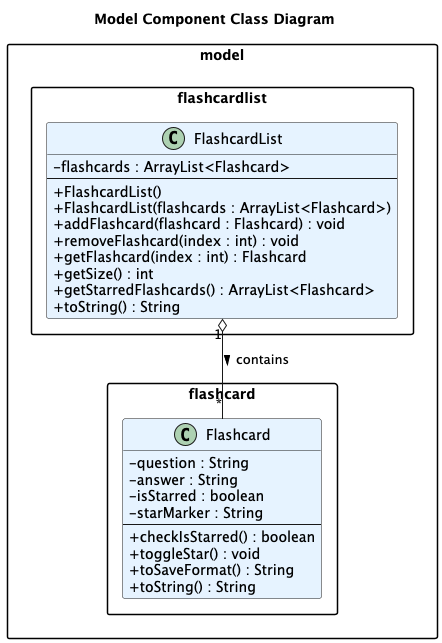
Before: docs/images/ModelComponent_ClassDiagram.png, a diagram exported from PlantUML (ashutoshalung/tp).
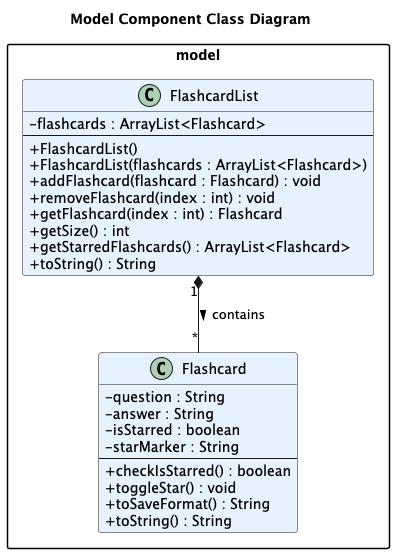
The same diagram one commit later.

The edit, as a diff of the source:
```diff
@@ -5,8 +5,9 @@
 skinparam classAttributeIconSize 0
 skinparam classBackgroundColor #E6F3FF
 skinparam packageStyle rectangle
+skinparam shadowing false
 
-package "model.flashcard" {
+package "model" {
     class Flashcard {
         - question : String
         - answer : String
@@ -18,9 +19,7 @@
         + toSaveFormat() : String
         + toString() : String
     }
-}
 
-package "model.flashcardlist" {
     class FlashcardList {
         - flashcards : ArrayList<Flashcard>
         --
@@ -33,8 +32,7 @@
         + getStarredFlashcards() : ArrayList<Flashcard>
         + toString() : String
     }
-}
 
-FlashcardList "1" o-- "*" Flashcard : contains >
+FlashcardList "1" *-- "*" Flashcard : contains >
 
 @enduml
```
